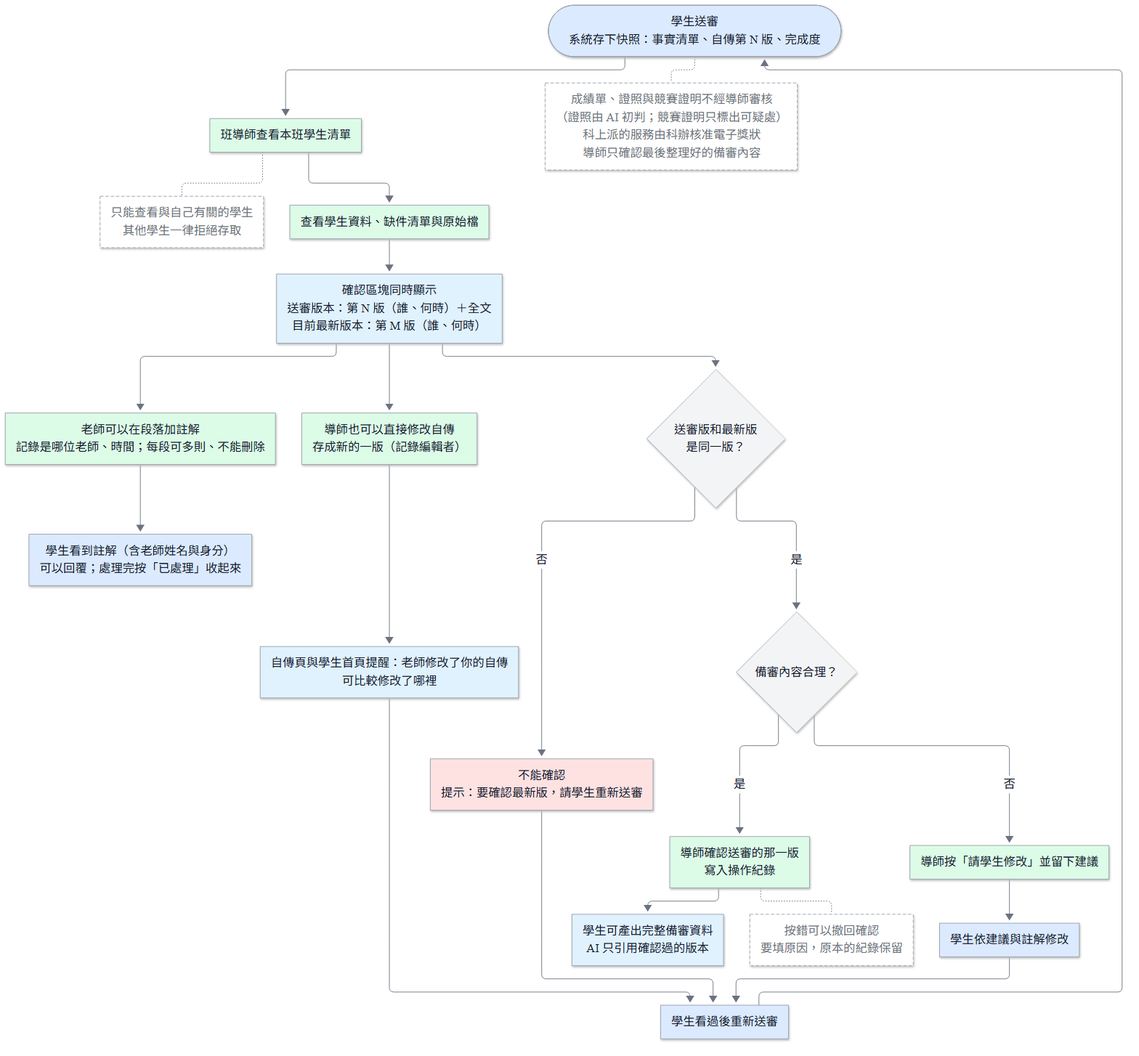
The Mermaid diagram docs/images/D-16-teacher-confirm-flow.png in 111534107/smart-learning-portfolio-main, before a commit. Its source is kept beside it as docs/images/D-16-teacher-confirm-flow.mmd.
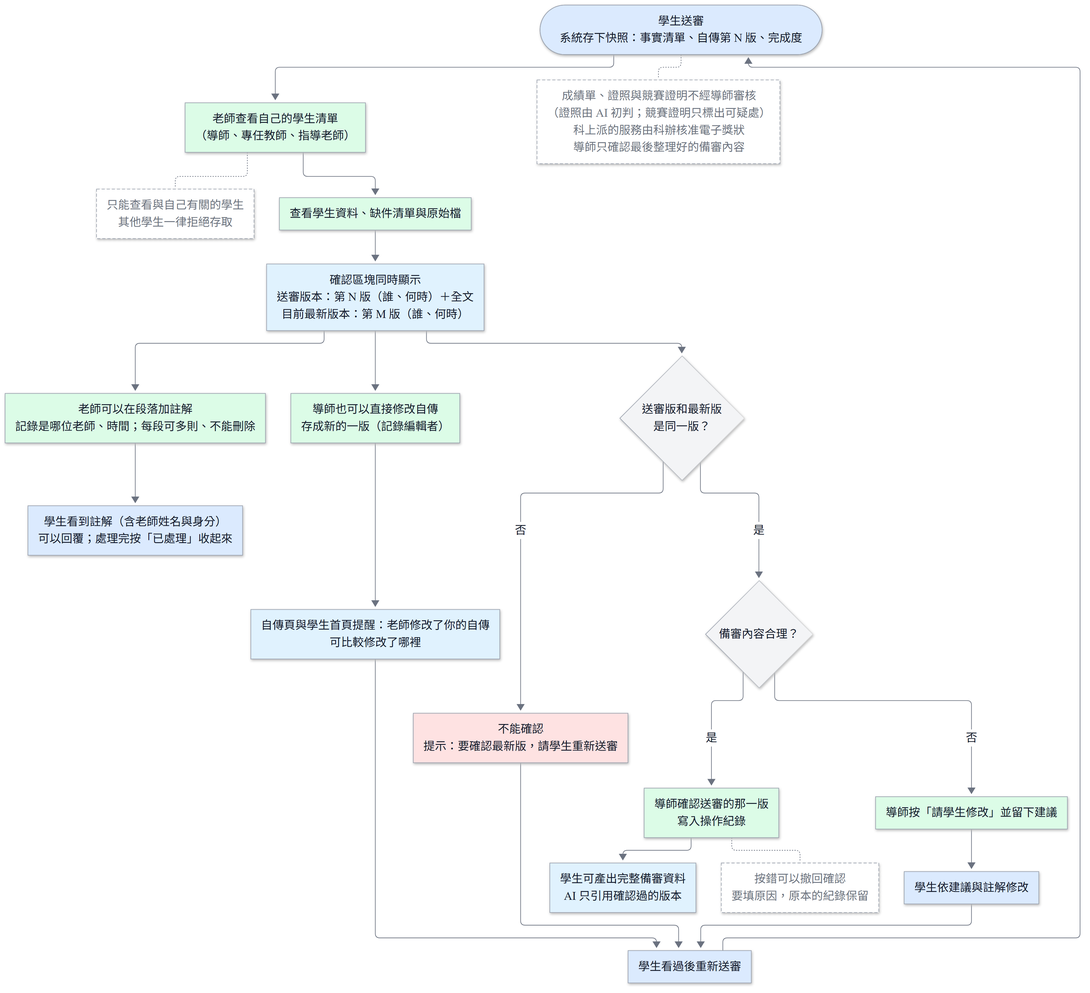
The same file after the commit.

What changed in the source:
```diff
@@ -6,7 +6,7 @@
     classDef alert fill:#FEE2E2,stroke:#9CA3AF,color:#111827,stroke-width:1px;
     classDef pending fill:#FFFFFF,stroke:#9CA3AF,color:#6B7280,stroke-width:1px,stroke-dasharray:5 3;
 
-    Submit([學生送審<br/>系統存下快照：事實清單、自傳第 N 版、完成度]):::student --> List[班導師查看本班學生清單]:::teacher
+    Submit([學生送審<br/>系統存下快照：事實清單、自傳第 N 版、完成度]):::student --> List[老師查看自己的學生清單<br/>（導師、專任教師、指導老師）]:::teacher
     List -.- Scope[只能查看與自己有關的學生<br/>其他學生一律拒絕存取]:::pending
     Submit -.- NoCert[成績單、證照與競賽證明不經導師審核<br/>（證照由 AI 初判；競賽證明只標出可疑處）<br/>科上派的服務由科辦核准電子獎狀<br/>導師只確認最後整理好的備審內容]:::pending
     List --> View[查看學生資料、缺件清單與原始檔]:::teacher
```
